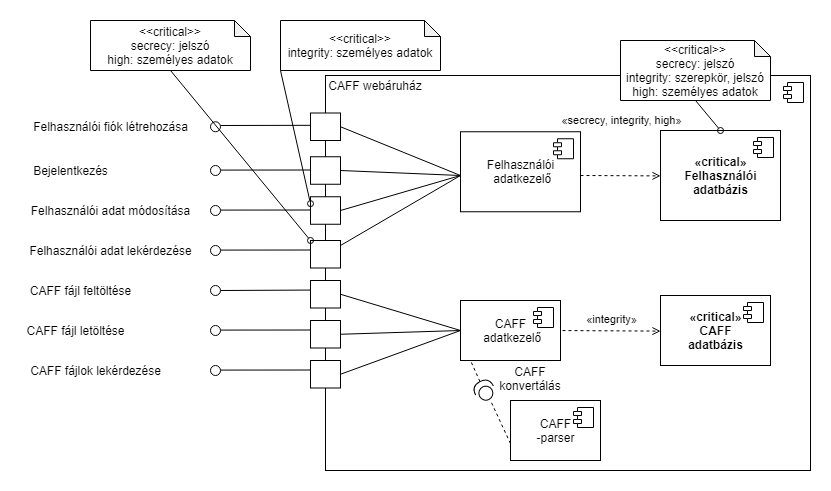
The draw.io diagram images/Component Diagram.png in mmarci19/VIHIMA06-hf, before a commit. Source tidied: cells renumbered, new cells last; positions are measured from the earlier drawing's top-left corner, leaving out a move shared by most shapes.
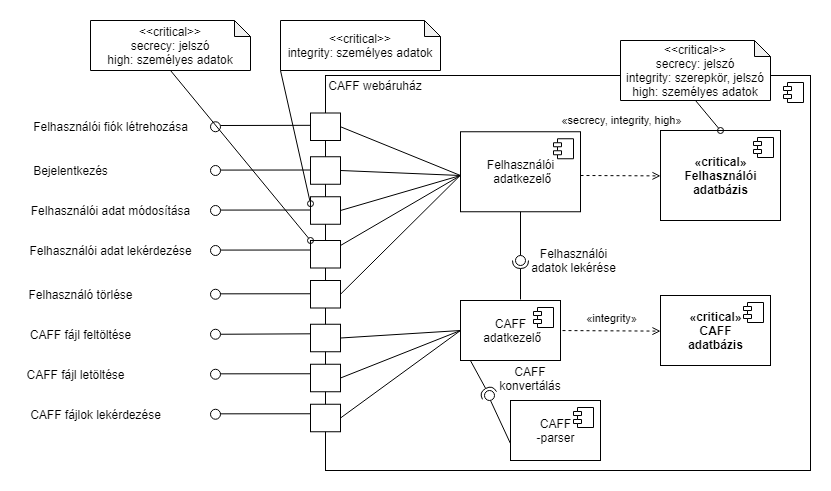
After the commit.

Commit message:
update component diagram

The edit, as a diff of the source:
```diff
@@ -26,13 +26,13 @@
       <mxGeometry y="220" width="180" height="20" as="geometry" />
     </mxCell>
     <mxCell id="9" value="CAFF fájl feltöltése" style="text;html=1;align=center;verticalAlign=middle;strokeColor=none;fillColor=none;" parent="1" vertex="1">
-      <mxGeometry y="260" width="120" height="20" as="geometry" />
+      <mxGeometry y="303.8" width="120" height="20" as="geometry" />
     </mxCell>
     <mxCell id="10" value="CAFF fájl letöltése" style="text;html=1;align=center;verticalAlign=middle;strokeColor=none;fillColor=none;" parent="1" vertex="1">
-      <mxGeometry y="300" width="110" height="20" as="geometry" />
+      <mxGeometry y="343.8" width="110" height="20" as="geometry" />
     </mxCell>
     <mxCell id="11" value="CAFF fájlok lekérdezése&lt;br&gt;" style="text;html=1;align=center;verticalAlign=middle;strokeColor=none;fillColor=none;" parent="1" vertex="1">
-      <mxGeometry y="340" width="150" height="20" as="geometry" />
+      <mxGeometry y="383.8" width="150" height="20" as="geometry" />
     </mxCell>
     <mxCell id="12" style="endArrow=none;html=1;rounded=0;entryX=0.005;entryY=0.137;entryDx=0;entryDy=0;entryPerimeter=0;" parent="1" edge="1">
       <mxGeometry relative="1" as="geometry">
@@ -60,19 +60,19 @@
     </mxCell>
     <mxCell id="16" style="endArrow=none;html=1;rounded=0;entryX=0.005;entryY=0.137;entryDx=0;entryDy=0;entryPerimeter=0;startArrow=none;" parent="1" edge="1" source="23">
       <mxGeometry relative="1" as="geometry">
-        <mxPoint x="302.2" y="269.5" as="targetPoint" />
+        <mxPoint x="302.2" y="313.2" as="targetPoint" />
       </mxGeometry>
     </mxCell>
     <mxCell id="17" style="endArrow=none;html=1;rounded=0;entryX=0.005;entryY=0.137;entryDx=0;entryDy=0;entryPerimeter=0;" parent="1" edge="1">
       <mxGeometry relative="1" as="geometry">
-        <mxPoint x="200" y="309.6" as="sourcePoint" />
-        <mxPoint x="302.2" y="309.5" as="targetPoint" />
+        <mxPoint x="200" y="353.3" as="sourcePoint" />
+        <mxPoint x="302.2" y="353.2" as="targetPoint" />
       </mxGeometry>
     </mxCell>
     <mxCell id="18" style="endArrow=none;html=1;rounded=0;entryX=0.005;entryY=0.137;entryDx=0;entryDy=0;entryPerimeter=0;" parent="1" edge="1">
       <mxGeometry relative="1" as="geometry">
-        <mxPoint x="197.8" y="349.6" as="sourcePoint" />
-        <mxPoint x="300" y="349.5" as="targetPoint" />
+        <mxPoint x="197.8" y="393.3" as="sourcePoint" />
+        <mxPoint x="300" y="393.2" as="targetPoint" />
       </mxGeometry>
     </mxCell>
     <mxCell id="19" style="ellipse;whiteSpace=wrap;html=1;" parent="1" vertex="1">
@@ -88,13 +88,13 @@
       <mxGeometry x="190" y="225" width="10" height="10" as="geometry" />
     </mxCell>
     <mxCell id="23" style="ellipse;whiteSpace=wrap;html=1;" parent="1" vertex="1">
-      <mxGeometry x="190" y="265" width="10" height="10" as="geometry" />
+      <mxGeometry x="190" y="308.8" width="10" height="10" as="geometry" />
     </mxCell>
     <mxCell id="24" style="ellipse;whiteSpace=wrap;html=1;" parent="1" vertex="1">
-      <mxGeometry x="190" y="305" width="10" height="10" as="geometry" />
+      <mxGeometry x="190" y="348.8" width="10" height="10" as="geometry" />
     </mxCell>
     <mxCell id="25" style="ellipse;whiteSpace=wrap;html=1;" parent="1" vertex="1">
-      <mxGeometry x="190" y="345" width="10" height="10" as="geometry" />
+      <mxGeometry x="190" y="388.8" width="10" height="10" as="geometry" />
     </mxCell>
     <mxCell id="26" style="rounded=0;whiteSpace=wrap;html=1;" parent="1" vertex="1">
       <mxGeometry x="290" y="92.5" width="30" height="27.5" as="geometry" />
@@ -109,13 +109,13 @@
       <mxGeometry x="290" y="220" width="30" height="27.5" as="geometry" />
     </mxCell>
     <mxCell id="30" style="rounded=0;whiteSpace=wrap;html=1;" parent="1" vertex="1">
-      <mxGeometry x="290" y="260" width="30" height="27.5" as="geometry" />
+      <mxGeometry x="290" y="303.8" width="30" height="27.5" as="geometry" />
     </mxCell>
     <mxCell id="31" style="rounded=0;whiteSpace=wrap;html=1;" parent="1" vertex="1">
-      <mxGeometry x="290" y="300" width="30" height="27.5" as="geometry" />
+      <mxGeometry x="290" y="343.8" width="30" height="27.5" as="geometry" />
     </mxCell>
     <mxCell id="32" style="rounded=0;whiteSpace=wrap;html=1;" parent="1" vertex="1">
-      <mxGeometry x="290" y="340" width="30" height="27.5" as="geometry" />
+      <mxGeometry x="290" y="383.8" width="30" height="27.5" as="geometry" />
     </mxCell>
     <mxCell id="33" style="endArrow=none;html=1;rounded=0;exitX=1;exitY=0.5;exitDx=0;exitDy=0;entryX=0;entryY=0.5;entryDx=0;entryDy=0;" parent="1" edge="1" source="26">
       <mxGeometry relative="1" as="geometry">
@@ -164,90 +164,120 @@
         <mxPoint x="640" y="310.6" as="targetPoint" />
       </mxGeometry>
     </mxCell>
-    <mxCell id="42" style="shape=providedRequiredInterface;html=1;verticalLabelPosition=bottom;sketch=0;rotation=-117;" parent="1" vertex="1">
-      <mxGeometry x="454" y="360" width="20" height="20" as="geometry" />
+    <mxCell id="42" style="endArrow=none;html=1;rounded=0;exitX=0.75;exitY=1;exitDx=0;exitDy=0;" parent="1" edge="1">
+      <mxGeometry relative="1" as="geometry">
+        <mxPoint x="490" y="423.1" as="sourcePoint" />
+        <mxPoint x="470" y="380" as="targetPoint" />
+      </mxGeometry>
     </mxCell>
-    <mxCell id="43" style="endArrow=none;html=1;rounded=0;dashed=1;exitX=1;exitY=0.5;exitDx=0;exitDy=0;exitPerimeter=0;" parent="1" edge="1" source="42">
-      <mxGeometry relative="1" as="geometry">
-        <mxPoint x="450" y="340" as="targetPoint" />
-      </mxGeometry>
+    <mxCell id="43" value="CAFF konvertálás" style="text;html=1;strokeColor=none;fillColor=none;align=center;verticalAlign=middle;whiteSpace=wrap;rounded=0;" parent="1" vertex="1">
+      <mxGeometry x="480" y="347.5" width="60" height="20" as="geometry" />
     </mxCell>
-    <mxCell id="44" style="endArrow=none;html=1;rounded=0;dashed=1;exitX=0.75;exitY=1;exitDx=0;exitDy=0;" parent="1" edge="1">
-      <mxGeometry relative="1" as="geometry">
-        <mxPoint x="490" y="423.1" as="sourcePoint" />
-        <mxPoint x="470" y="380" as="targetPoint" />
+    <mxCell id="44" value="«secrecy, integrity, high»" style="edgeLabel;html=1;align=center;verticalAlign=middle;" parent="1" vertex="1">
+      <mxGeometry x="600" y="101.3" as="geometry">
+        <mxPoint x="1" y="-2" as="offset" />
       </mxGeometry>
     </mxCell>
-    <mxCell id="45" value="CAFF konvertálás" style="text;html=1;strokeColor=none;fillColor=none;align=center;verticalAlign=middle;whiteSpace=wrap;rounded=0;" parent="1" vertex="1">
-      <mxGeometry x="480" y="347.5" width="60" height="20" as="geometry" />
+    <mxCell id="45" value="CAFF&lt;br&gt;-parser" style="html=1;labelPosition=center;verticalLabelPosition=middle;align=center;verticalAlign=middle;" parent="1" vertex="1">
+      <mxGeometry x="490" y="380" width="90" height="60" as="geometry" />
     </mxCell>
-    <mxCell id="46" value="«secrecy, integrity, high»" style="edgeLabel;html=1;align=center;verticalAlign=middle;" parent="1" vertex="1">
-      <mxGeometry x="600" y="101.3" as="geometry">
-        <mxPoint x="1" y="-2" as="offset" />
+    <mxCell id="46" style="shape=module;jettyWidth=8;jettyHeight=4;" parent="45" vertex="1">
+      <mxGeometry x="1" width="20" height="20" relative="1" as="geometry">
+        <mxPoint x="-27" y="7" as="offset" />
       </mxGeometry>
     </mxCell>
-    <mxCell id="47" value="CAFF&lt;br&gt;-parser" style="html=1;labelPosition=center;verticalLabelPosition=middle;align=center;verticalAlign=middle;" parent="1" vertex="1">
-      <mxGeometry x="490" y="380" width="90" height="60" as="geometry" />
+    <mxCell id="47" value="&lt;b&gt;«critical»&lt;br&gt;CAFF&lt;br&gt;adatbázis&lt;/b&gt;" style="html=1;labelPosition=center;verticalLabelPosition=middle;align=center;verticalAlign=middle;" parent="1" vertex="1">
+      <mxGeometry x="640" y="275" width="110" height="70" as="geometry" />
     </mxCell>
     <mxCell id="48" style="shape=module;jettyWidth=8;jettyHeight=4;" parent="47" vertex="1">
       <mxGeometry x="1" width="20" height="20" relative="1" as="geometry">
         <mxPoint x="-27" y="7" as="offset" />
       </mxGeometry>
     </mxCell>
-    <mxCell id="49" value="&lt;b&gt;«critical»&lt;br&gt;CAFF&lt;br&gt;adatbázis&lt;/b&gt;" style="html=1;labelPosition=center;verticalLabelPosition=middle;align=center;verticalAlign=middle;" parent="1" vertex="1">
-      <mxGeometry x="640" y="275" width="110" height="70" as="geometry" />
+    <mxCell id="49" value="&lt;b&gt;«critical»&lt;br&gt;Felhasználói&lt;br&gt;adatbázis&lt;/b&gt;" style="html=1;labelPosition=center;verticalLabelPosition=middle;align=center;verticalAlign=middle;" parent="1" vertex="1">
+      <mxGeometry x="640" y="110" width="120" height="90" as="geometry" />
     </mxCell>
     <mxCell id="50" style="shape=module;jettyWidth=8;jettyHeight=4;" parent="49" vertex="1">
       <mxGeometry x="1" width="20" height="20" relative="1" as="geometry">
         <mxPoint x="-27" y="7" as="offset" />
       </mxGeometry>
     </mxCell>
-    <mxCell id="51" value="&lt;b&gt;«critical»&lt;br&gt;Felhasználói&lt;br&gt;adatbázis&lt;/b&gt;" style="html=1;labelPosition=center;verticalLabelPosition=middle;align=center;verticalAlign=middle;" parent="1" vertex="1">
-      <mxGeometry x="640" y="110" width="120" height="90" as="geometry" />
+    <mxCell id="51" value="&lt;span&gt;Felhasználói&lt;br&gt;&amp;nbsp;adatkezelő&lt;/span&gt;" style="html=1;labelPosition=center;verticalLabelPosition=middle;align=center;verticalAlign=middle;" parent="1" vertex="1">
+      <mxGeometry x="440" y="111.2" width="120" height="80" as="geometry" />
     </mxCell>
     <mxCell id="52" style="shape=module;jettyWidth=8;jettyHeight=4;" parent="51" vertex="1">
       <mxGeometry x="1" width="20" height="20" relative="1" as="geometry">
         <mxPoint x="-27" y="7" as="offset" />
       </mxGeometry>
     </mxCell>
-    <mxCell id="53" value="&lt;span&gt;Felhasználói&lt;br&gt;&amp;nbsp;adatkezelő&lt;/span&gt;" style="html=1;labelPosition=center;verticalLabelPosition=middle;align=center;verticalAlign=middle;" parent="1" vertex="1">
-      <mxGeometry x="440" y="111.2" width="120" height="80" as="geometry" />
+    <mxCell id="53" value="&lt;span&gt;CAFF&lt;br&gt;&amp;nbsp;adatkezelő&lt;/span&gt;" style="html=1;labelPosition=center;verticalLabelPosition=middle;align=center;verticalAlign=middle;" parent="1" vertex="1">
+      <mxGeometry x="440" y="280" width="100" height="60" as="geometry" />
     </mxCell>
     <mxCell id="54" style="shape=module;jettyWidth=8;jettyHeight=4;" parent="53" vertex="1">
       <mxGeometry x="1" width="20" height="20" relative="1" as="geometry">
         <mxPoint x="-27" y="7" as="offset" />
       </mxGeometry>
     </mxCell>
-    <mxCell id="55" value="&lt;span&gt;CAFF&lt;br&gt;&amp;nbsp;adatkezelő&lt;/span&gt;" style="html=1;labelPosition=center;verticalLabelPosition=middle;align=center;verticalAlign=middle;" parent="1" vertex="1">
-      <mxGeometry x="440" y="280" width="100" height="60" as="geometry" />
+    <mxCell id="55" style="rounded=0;jettySize=auto;html=1;exitX=0.5;exitY=1;exitDx=0;exitDy=0;exitPerimeter=0;entryX=0.5;entryY=0;entryDx=0;entryDy=0;endArrow=oval;endFill=0;" parent="1" edge="1" source="56" target="49">
+      <mxGeometry relative="1" as="geometry" />
     </mxCell>
-    <mxCell id="56" style="shape=module;jettyWidth=8;jettyHeight=4;" parent="55" vertex="1">
-      <mxGeometry x="1" width="20" height="20" relative="1" as="geometry">
-        <mxPoint x="-27" y="7" as="offset" />
-      </mxGeometry>
+    <mxCell id="56" value="&amp;lt;&amp;lt;critical&amp;gt;&amp;gt;&lt;br&gt;secrecy: jelszó&lt;br&gt;integrity: szerepkör, jelszó&lt;br&gt;high: személyes adatok" style="shape=note;whiteSpace=wrap;html=1;backgroundOutline=1;darkOpacity=0.05;size=16;" parent="1" vertex="1">
+      <mxGeometry x="600" y="20" width="150" height="60" as="geometry" />
     </mxCell>
-    <mxCell id="57" style="rounded=0;jettySize=auto;html=1;exitX=0.5;exitY=1;exitDx=0;exitDy=0;exitPerimeter=0;entryX=0.5;entryY=0;entryDx=0;entryDy=0;endArrow=oval;endFill=0;" parent="1" edge="1" source="58" target="51">
-      <mxGeometry relative="1" as="geometry" />
+    <mxCell id="57" value="«integrity»" style="edgeLabel;html=1;align=center;verticalAlign=middle;" parent="1" vertex="1">
+      <mxGeometry x="590" y="300" as="geometry">
+        <mxPoint x="1" y="-2" as="offset" />
+      </mxGeometry>
     </mxCell>
-    <mxCell id="58" value="&amp;lt;&amp;lt;critical&amp;gt;&amp;gt;&lt;br&gt;secrecy: jelszó&lt;br&gt;integrity: szerepkör, jelszó&lt;br&gt;high: személyes adatok" style="shape=note;whiteSpace=wrap;html=1;backgroundOutline=1;darkOpacity=0.05;size=16;" parent="1" vertex="1">
-      <mxGeometry x="600" y="20" width="150" height="60" as="geometry" />
+    <mxCell id="58" style="edgeStyle=none;rounded=0;jettySize=auto;html=1;exitX=0.5;exitY=1;exitDx=0;exitDy=0;exitPerimeter=0;entryX=0;entryY=0;entryDx=0;entryDy=0;endArrow=oval;endFill=0;" parent="1" edge="1" source="59" target="29">
+      <mxGeometry relative="1" as="geometry" />
     </mxCell>
-    <mxCell id="59" value="«integrity»" style="edgeLabel;html=1;align=center;verticalAlign=middle;points=[];" parent="1" vertex="1">
-      <mxGeometry x="590" y="300" as="geometry">
-        <mxPoint x="1" y="-2" as="offset" />
-      </mxGeometry>
+    <mxCell id="59" value="&amp;lt;&amp;lt;critical&amp;gt;&amp;gt;&lt;br&gt;secrecy: jelszó&lt;br&gt;high: személyes adatok" style="shape=note;whiteSpace=wrap;html=1;backgroundOutline=1;darkOpacity=0.05;size=16;" parent="1" vertex="1">
+      <mxGeometry x="70" width="160" height="50" as="geometry" />
     </mxCell>
-    <mxCell id="60" style="edgeStyle=none;rounded=0;jettySize=auto;html=1;exitX=0.5;exitY=1;exitDx=0;exitDy=0;exitPerimeter=0;entryX=0;entryY=0;entryDx=0;entryDy=0;endArrow=oval;endFill=0;" parent="1" edge="1" source="61" target="29">
+    <mxCell id="60" style="edgeStyle=none;rounded=0;jettySize=auto;html=1;exitX=0;exitY=1;exitDx=0;exitDy=0;exitPerimeter=0;entryX=0;entryY=0.25;entryDx=0;entryDy=0;endArrow=oval;endFill=0;" parent="1" edge="1" source="61" target="28">
       <mxGeometry relative="1" as="geometry" />
     </mxCell>
-    <mxCell id="61" value="&amp;lt;&amp;lt;critical&amp;gt;&amp;gt;&lt;br&gt;secrecy: jelszó&lt;br&gt;high: személyes adatok" style="shape=note;whiteSpace=wrap;html=1;backgroundOutline=1;darkOpacity=0.05;size=16;" parent="1" vertex="1">
-      <mxGeometry x="70" width="160" height="50" as="geometry" />
+    <mxCell id="61" value="&amp;lt;&amp;lt;critical&amp;gt;&amp;gt;&lt;br&gt;integrity: személyes adatok" style="shape=note;whiteSpace=wrap;html=1;backgroundOutline=1;darkOpacity=0.05;size=16;" parent="1" vertex="1">
+      <mxGeometry x="260" width="160" height="50" as="geometry" />
     </mxCell>
-    <mxCell id="62" style="edgeStyle=none;rounded=0;jettySize=auto;html=1;exitX=0;exitY=1;exitDx=0;exitDy=0;exitPerimeter=0;entryX=0;entryY=0.25;entryDx=0;entryDy=0;endArrow=oval;endFill=0;" parent="1" edge="1" source="63" target="28">
+    <mxCell id="62" style="rounded=0;jettySize=auto;html=1;endArrow=none;endFill=0;sketch=0;sourcePerimeterSpacing=0;targetPerimeterSpacing=0;exitX=0.5;exitY=1;exitDx=0;exitDy=0;" parent="1" edge="1" source="51" target="64">
       <mxGeometry relative="1" as="geometry" />
     </mxCell>
-    <mxCell id="63" value="&amp;lt;&amp;lt;critical&amp;gt;&amp;gt;&lt;br&gt;integrity: személyes adatok" style="shape=note;whiteSpace=wrap;html=1;backgroundOutline=1;darkOpacity=0.05;size=16;" parent="1" vertex="1">
-      <mxGeometry x="260" width="160" height="50" as="geometry" />
+    <mxCell id="63" style="rounded=0;jettySize=auto;html=1;endArrow=halfCircle;endFill=0;entryX=0.5;entryY=0.5;endSize=6;strokeWidth=1;sketch=0;exitX=0.6;exitY=-0.017;exitDx=0;exitDy=0;exitPerimeter=0;" parent="1" edge="1" source="53" target="64">
+      <mxGeometry relative="1" as="geometry" />
     </mxCell>
+    <mxCell id="64" style="ellipse;whiteSpace=wrap;html=1;align=center;points=[];outlineConnect=0;sketch=0;" parent="1" vertex="1">
+      <mxGeometry x="495" y="235" width="10" height="10" as="geometry" />
+    </mxCell>
+    <mxCell id="65" style="ellipse;whiteSpace=wrap;html=1;align=center;sketch=0;" parent="1" vertex="1">
+      <mxGeometry x="464" y="370" width="10" height="10" as="geometry" />
+    </mxCell>
+    <mxCell id="66" style="rounded=0;jettySize=auto;html=1;endArrow=halfCircle;endFill=0;endSize=6;strokeWidth=1;sketch=0;exitX=0.102;exitY=1.009;exitDx=0;exitDy=0;exitPerimeter=0;" parent="1" edge="1" source="53">
+      <mxGeometry relative="1" as="geometry">
+        <mxPoint x="469" y="375" as="targetPoint" />
+      </mxGeometry>
+    </mxCell>
+    <mxCell id="67" value="Felhasználói adatok lekérése" style="text;html=1;strokeColor=none;fillColor=none;align=center;verticalAlign=middle;whiteSpace=wrap;rounded=0;" parent="1" vertex="1">
+      <mxGeometry x="507" y="225" width="93" height="30" as="geometry" />
+    </mxCell>
+    <mxCell id="68" style="endArrow=none;html=1;rounded=0;entryX=0.005;entryY=0.137;entryDx=0;entryDy=0;entryPerimeter=0;" parent="1" edge="1">
+      <mxGeometry relative="1" as="geometry">
+        <mxPoint x="197.8" y="273.3" as="sourcePoint" />
+        <mxPoint x="300" y="273.2" as="targetPoint" />
+      </mxGeometry>
+    </mxCell>
+    <mxCell id="69" style="rounded=0;whiteSpace=wrap;html=1;" parent="1" vertex="1">
+      <mxGeometry x="290" y="260" width="30" height="27.5" as="geometry" />
+    </mxCell>
+    <mxCell id="70" style="ellipse;whiteSpace=wrap;html=1;" parent="1" vertex="1">
+      <mxGeometry x="190" y="268.8" width="10" height="10" as="geometry" />
+    </mxCell>
+    <mxCell id="71" value="Felhasználó törlése" style="text;html=1;align=center;verticalAlign=middle;strokeColor=none;fillColor=none;" parent="1" vertex="1">
+      <mxGeometry y="263.8" width="120" height="20" as="geometry" />
+    </mxCell>
+    <mxCell id="72" style="endArrow=none;html=1;rounded=0;exitX=1;exitY=0.5;exitDx=0;exitDy=0;entryX=-0.009;entryY=0.556;entryDx=0;entryDy=0;entryPerimeter=0;" parent="1" edge="1" source="69" target="51">
+      <mxGeometry relative="1" as="geometry" />
+    </mxCell>
   </root>
 </mxGraphModel>
```
